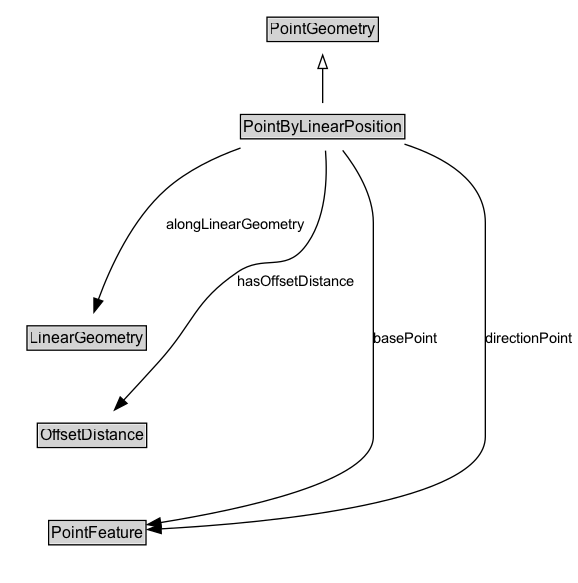
Before: docs/diagrams/PointByLinearPosition.dot.png, a diagram exported from Graphviz (ISO-TC204/ontology-its-location-v1). Its source is kept beside it as docs/diagrams/PointByLinearPosition.dot. The source it was exported from:
```dot
digraph {
	graph [overlap=false rankdir=TB splines=true]
	node [fontname=Arial fontsize=12 margin=0 shape=none]
	edge [fontname=Arial fontsize=11]
	{
		rank=source
		PointGeometry [label=<<TABLE BORDER="1" CELLBORDER="0" CELLSPACING="0" CELLPADDING="1"><TR><TD BGCOLOR="lightgray" ALIGN="CENTER">PointGeometry</TD></TR></TABLE>> URL="../PointGeometry" margin=0]
	}
	PointByLinearPosition [label=<<TABLE BORDER="1" CELLBORDER="0" CELLSPACING="0" CELLPADDING="1"><TR><TD BGCOLOR="lightgray" ALIGN="CENTER">PointByLinearPosition</TD></TR></TABLE>> URL="../PointByLinearPosition" margin=0]
	{
		rank=max
	}
	subgraph cluster_associated {
		label="" style=invis
		Invis [label=<<TABLE BORDER="0" CELLBORDER="0" CELLSPACING="0" CELLPADDING="1"><TR><TD></TD></TR></TABLE>> margin=0 style=invis]
		LinearGeometry [label=<<TABLE BORDER="1" CELLBORDER="0" CELLSPACING="0" CELLPADDING="1"><TR><TD BGCOLOR="lightgray" ALIGN="CENTER">LinearGeometry</TD></TR></TABLE>> URL="../LinearGeometry" margin=0]
		OffsetDistance [label=<<TABLE BORDER="1" CELLBORDER="0" CELLSPACING="0" CELLPADDING="1"><TR><TD BGCOLOR="lightgray" ALIGN="CENTER">OffsetDistance</TD></TR></TABLE>> URL="../OffsetDistance" margin=0]
		PointFeature [label=<<TABLE BORDER="1" CELLBORDER="0" CELLSPACING="0" CELLPADDING="1"><TR><TD BGCOLOR="lightgray" ALIGN="CENTER">PointFeature</TD></TR></TABLE>> URL="../PointFeature" margin=0]
	}
	PointByLinearPosition -> PointGeometry [arrowhead=onormal style=solid]
	PointByLinearPosition -> Invis [style=invis]
	Invis -> LinearGeometry [style=invis]
	LinearGeometry -> OffsetDistance [style=invis]
	OffsetDistance -> PointFeature [style=invis]
	LinearGeometry [label=<<TABLE BORDER="1" CELLBORDER="0" CELLSPACING="0" CELLPADDING="1"><TR><TD BGCOLOR="lightgray" ALIGN="CENTER">LinearGeometry</TD></TR></TABLE>> URL="../LinearGeometry" margin=0]
	PointByLinearPosition -> LinearGeometry [label=alongLinearGeometry arrowhead=normal style=solid]
	OffsetDistance [label=<<TABLE BORDER="1" CELLBORDER="0" CELLSPACING="0" CELLPADDING="1"><TR><TD BGCOLOR="lightgray" ALIGN="CENTER">OffsetDistance</TD></TR></TABLE>> URL="../OffsetDistance" margin=0]
	PointByLinearPosition -> OffsetDistance [label=hasOffsetDistance arrowhead=normal style=solid]
	PointFeature [label=<<TABLE BORDER="1" CELLBORDER="0" CELLSPACING="0" CELLPADDING="1"><TR><TD BGCOLOR="lightgray" ALIGN="CENTER">PointFeature</TD></TR></TABLE>> URL="../PointFeature" margin=0]
	PointByLinearPosition -> PointFeature [label=basePoint arrowhead=normal style=solid]
	PointByLinearPosition -> PointFeature [label=directionPoint arrowhead=normal style=solid]
}
```
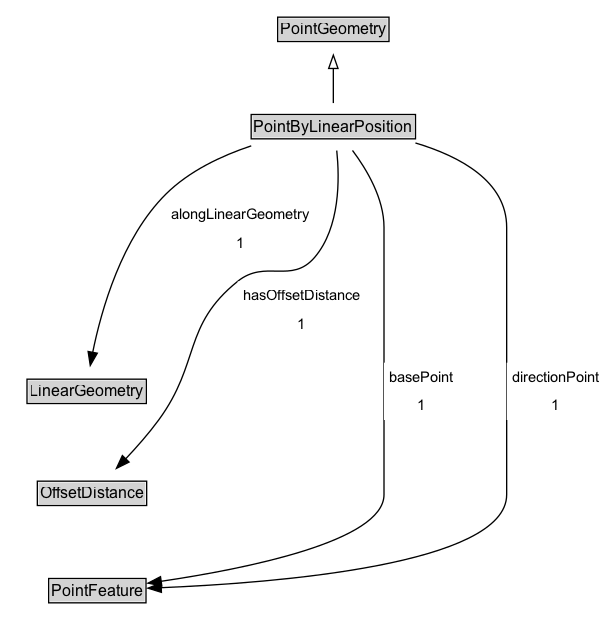
Later version of the same file.

Diff of the diagram source:
```diff
@@ -23,10 +23,10 @@
 	LinearGeometry -> OffsetDistance [style=invis]
 	OffsetDistance -> PointFeature [style=invis]
 	LinearGeometry [label=<<TABLE BORDER="1" CELLBORDER="0" CELLSPACING="0" CELLPADDING="1"><TR><TD BGCOLOR="lightgray" ALIGN="CENTER">LinearGeometry</TD></TR></TABLE>> URL="../LinearGeometry" margin=0]
-	PointByLinearPosition -> LinearGeometry [label=alongLinearGeometry arrowhead=normal style=solid]
+	PointByLinearPosition -> LinearGeometry [label=<<TABLE BORDER="0" CELLBORDER="0" CELLSPACING="0" CELLPADDING="4" BGCOLOR="white"><TR><TD ALIGN="CENTER">alongLinearGeometry</TD></TR><TR><TD ALIGN="CENTER">1</TD></TR></TABLE>> arrowhead=normal style=solid]
 	OffsetDistance [label=<<TABLE BORDER="1" CELLBORDER="0" CELLSPACING="0" CELLPADDING="1"><TR><TD BGCOLOR="lightgray" ALIGN="CENTER">OffsetDistance</TD></TR></TABLE>> URL="../OffsetDistance" margin=0]
-	PointByLinearPosition -> OffsetDistance [label=hasOffsetDistance arrowhead=normal style=solid]
+	PointByLinearPosition -> OffsetDistance [label=<<TABLE BORDER="0" CELLBORDER="0" CELLSPACING="0" CELLPADDING="4" BGCOLOR="white"><TR><TD ALIGN="CENTER">hasOffsetDistance</TD></TR><TR><TD ALIGN="CENTER">1</TD></TR></TABLE>> arrowhead=normal style=solid]
 	PointFeature [label=<<TABLE BORDER="1" CELLBORDER="0" CELLSPACING="0" CELLPADDING="1"><TR><TD BGCOLOR="lightgray" ALIGN="CENTER">PointFeature</TD></TR></TABLE>> URL="../PointFeature" margin=0]
-	PointByLinearPosition -> PointFeature [label=basePoint arrowhead=normal style=solid]
-	PointByLinearPosition -> PointFeature [label=directionPoint arrowhead=normal style=solid]
+	PointByLinearPosition -> PointFeature [label=<<TABLE BORDER="0" CELLBORDER="0" CELLSPACING="0" CELLPADDING="4" BGCOLOR="white"><TR><TD ALIGN="CENTER">basePoint</TD></TR><TR><TD ALIGN="CENTER">1</TD></TR></TABLE>> arrowhead=normal style=solid]
+	PointByLinearPosition -> PointFeature [label=<<TABLE BORDER="0" CELLBORDER="0" CELLSPACING="0" CELLPADDING="4" BGCOLOR="white"><TR><TD ALIGN="CENTER">directionPoint</TD></TR><TR><TD ALIGN="CENTER">1</TD></TR></TABLE>> arrowhead=normal style=solid]
 }
```
